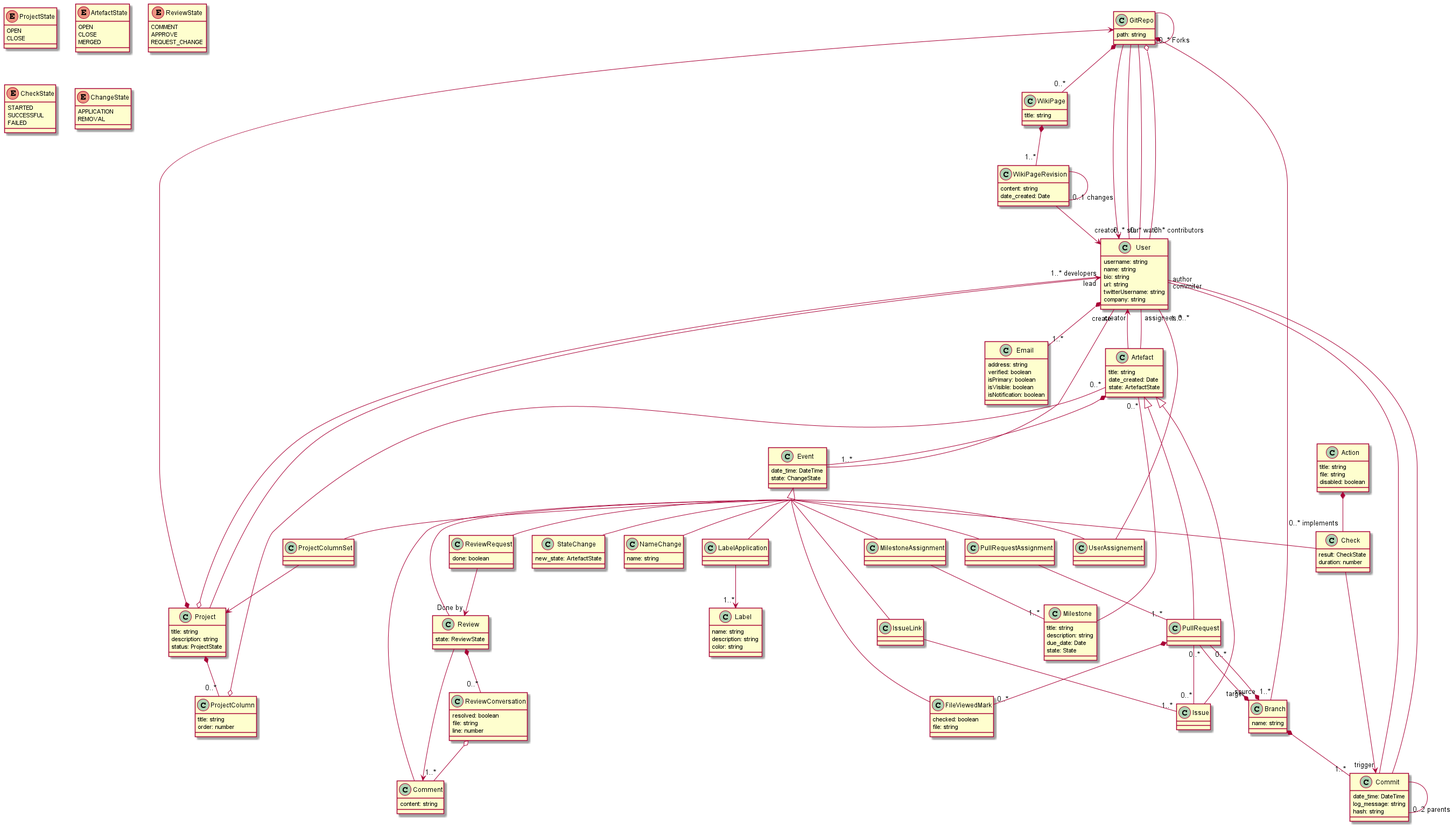
Earlier version of the PlantUML export docs/UksHub.png (djolewalker/UksHub).
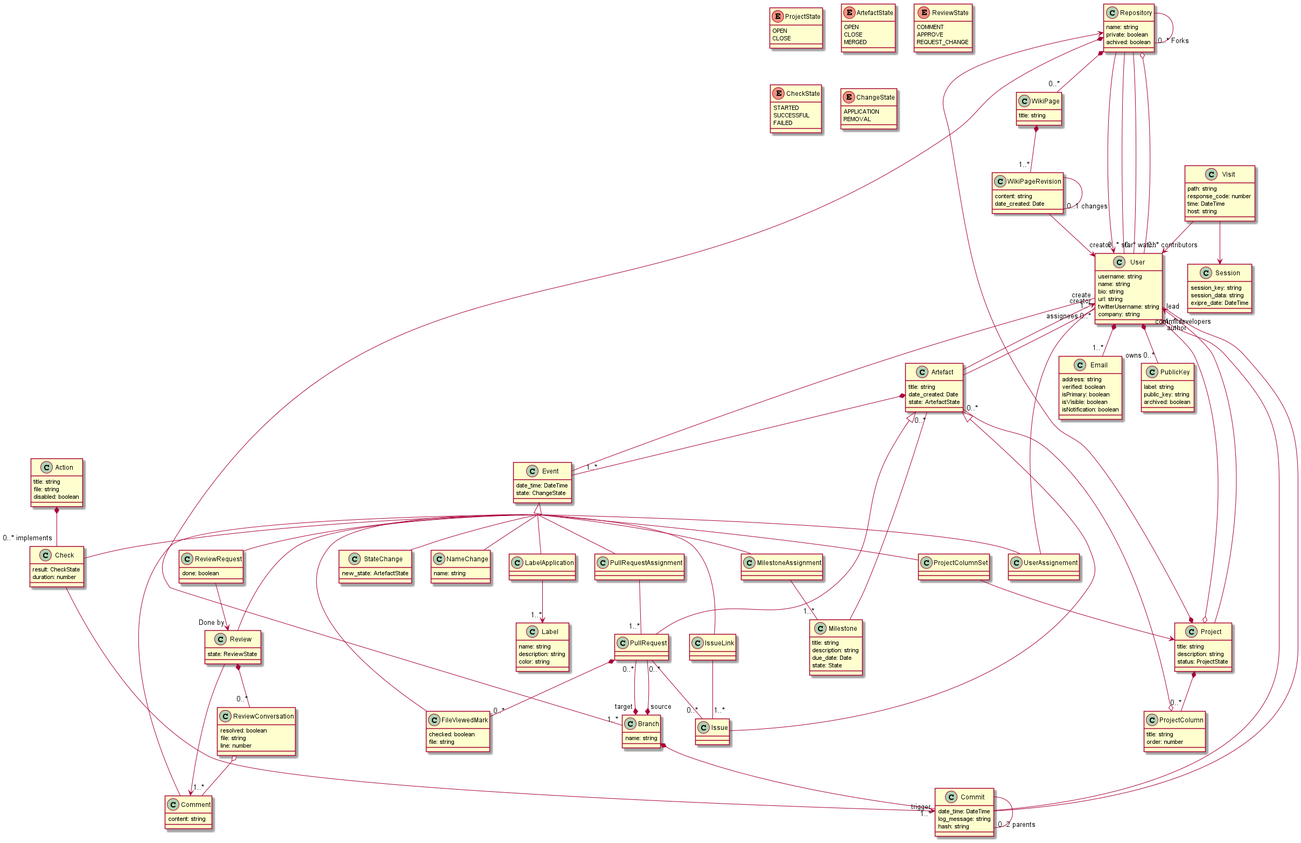
After the change.

Commit message:
[1-class-diagram] Add session and visit from analytics app, PublicKey from gitcore app

What changed in the source:
```diff
@@ -25,8 +25,10 @@
     REMOVAL
 }
 
-class GitRepo {
-    path: string
+class Repository {
+    name: string
+    private: boolean
+    achived: boolean
 }
 class WikiPage {
     title: string
@@ -49,6 +51,11 @@
     url: string
     twitterUsername: string
     company: string
+}
+class PublicKey {
+    label: string
+    public_key: string
+    archived: boolean
 }
 class Label {
     name: string
@@ -123,6 +130,18 @@
     checked: boolean
     file: string
 }
+class Session {
+    session_key: string
+    session_data: string
+    exipre_date: DateTime
+}
+class Visit {
+    path: string
+    response_code: number
+    time: DateTime
+    host: string
+}
+
 
 User *-- "1..*" Email
 User "creator" <-- Artefact
@@ -131,20 +150,20 @@
 PullRequest "0..*" --* "target" Branch
 PullRequest "0..*" --* "source" Branch
 PullRequest *-- "0..*" FileViewedMark
-Project *--> GitRepo
+Project *--> Repository
 Project *-- "0..*" ProjectColumn
 Action *-- "0..* implements" Check
 Check --> "trigger" Commit
-GitRepo *-- "0..*" WikiPage
+Repository *-- "0..*" WikiPage
 WikiPage *-- "1..*" WikiPageRevision
 WikiPageRevision --> User
 WikiPageRevision -- "0..1 changes" WikiPageRevision
-GitRepo *-- "1..*" Branch
-GitRepo --> "creator" User
-GitRepo -- "0..* watch" User
-GitRepo -- "0..* star" User
-GitRepo o-- "0..* contributors" User
-GitRepo -- "0..* Forks" GitRepo
+Repository *-- "1..*" Branch
+Repository --> "creator" User
+Repository -- "0..* watch" User
+Repository -- "0..* star" User
+Repository o-- "0..* contributors" User
+Repository -- "0..* Forks" Repository
 Branch *-- "1..*" Commit
 Commit -- "author" User
 Commit -- "0..2 parents" Commit
@@ -162,11 +181,14 @@
 IssueLink -- "1..*" Issue
 LabelApplication --> "1..*" Label
 User "assignees 0..*" -- Artefact
+User *-- "owns 0..*" PublicKey
 ReviewRequest --> "Done by" Review
 Review *-- "0..*" ReviewConversation
 Review --> Comment
 ReviewConversation o-- "1..*" Comment
 Event -- "create" User
+Visit --> Session
+Visit --> User
 
 Event <|-- Comment
 Event <|-- Check
```
